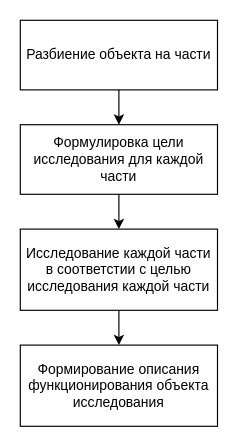
The draw.io diagram page "Классическая схема исследования" (2 of 8) of Основы системного анализа/lab1/Диаграммы.drawio in kuskas112/Labs, before the edit. Source tidied: cells renumbered, new cells numbered last; positions are measured from the earlier drawing's top-left corner, leaving out a move shared by most shapes. Both pictures are drawn from the tidied source at 116%, with x=0, y=0 at pixel (20, 20).
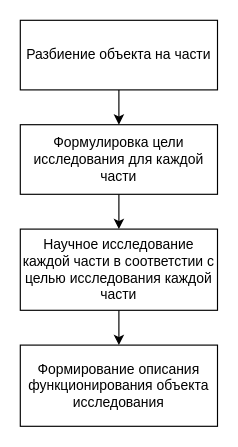
After the change.

Diff of the diagram source:
```diff
@@
 <mxGraphModel>
   <root>
     <mxCell id="0" />
     <mxCell id="1" parent="0" />
     <mxCell id="2" style="edgeStyle=orthogonalEdgeStyle;rounded=0;jettySize=auto;html=1;" parent="1" edge="1" source="3" target="5">
       <mxGeometry relative="1" as="geometry" />
     </mxCell>
     <mxCell id="3" value="Разбиение объекта на части" style="rounded=0;whiteSpace=wrap;html=1;" parent="1" vertex="1">
       <mxGeometry width="170" height="60" as="geometry" />
     </mxCell>
     <mxCell id="4" style="edgeStyle=orthogonalEdgeStyle;rounded=0;jettySize=auto;html=1;" parent="1" edge="1" source="5" target="7">
       <mxGeometry relative="1" as="geometry" />
     </mxCell>
     <mxCell id="5" value="Формулировка цели исследования для каждой части" style="rounded=0;whiteSpace=wrap;html=1;" parent="1" vertex="1">
       <mxGeometry y="90" width="170" height="60" as="geometry" />
     </mxCell>
     <mxCell id="6" style="edgeStyle=orthogonalEdgeStyle;rounded=0;jettySize=auto;html=1;" parent="1" edge="1" source="7" target="8">
       <mxGeometry relative="1" as="geometry" />
     </mxCell>
-    <mxCell id="7" value="Исследование каждой части в соответстии с целью исследования каждой части" style="rounded=0;whiteSpace=wrap;html=1;" parent="1" vertex="1">
+    <mxCell id="7" value="Научное исследование каждой части в соответстии с целью исследования каждой части" style="rounded=0;whiteSpace=wrap;html=1;" parent="1" vertex="1">
       <mxGeometry y="180" width="170" height="70" as="geometry" />
     </mxCell>
     <mxCell id="8" value="Формирование описания функционирования объекта исследования" style="rounded=0;whiteSpace=wrap;html=1;" parent="1" vertex="1">
       <mxGeometry y="280" width="170" height="70" as="geometry" />
     </mxCell>
   </root>
 </mxGraphModel>
```
